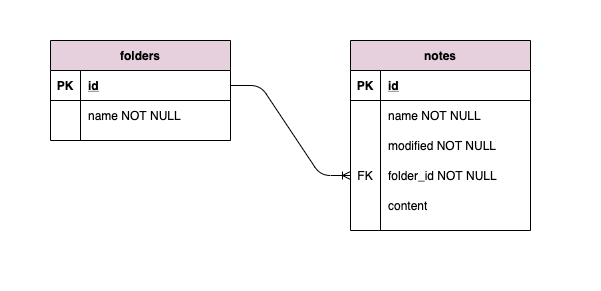
Earlier version of the draw.io export migrations/erd-noteful.png (artificialarea/noteful-api). Source tidied: cells renumbered, new cells last; positions are measured from the earlier drawing's top-left corner, leaving out a move shared by most shapes.
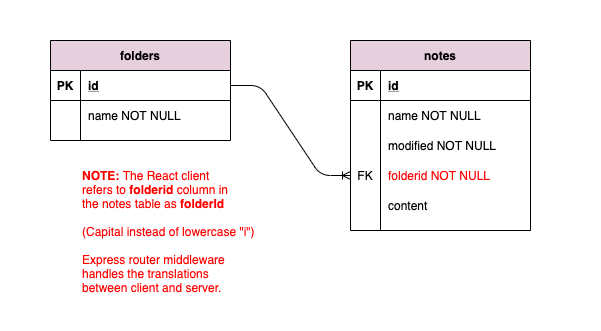
After the change.

Commit message:
adopted a different approach for handling 'folderId' (client) and 'folderid' (server) via serializing/sanitizing of note(s).

The edit, as a diff of the source:
```diff
@@ -3,7 +3,7 @@
     <mxCell id="0" />
     <mxCell id="1" parent="0" />
     <mxCell id="2" style="rounded=0;whiteSpace=wrap;html=1;fillColor=#FFFFFF;strokeColor=none;" parent="1" vertex="1">
-      <mxGeometry width="600" height="290" as="geometry" />
+      <mxGeometry width="600" height="330" as="geometry" />
     </mxCell>
     <mxCell id="3" value="folders" style="shape=table;startSize=30;rowLines=0;fontStyle=1;align=center;fillColor=#E6D0DE;" parent="1" vertex="1">
       <mxGeometry x="50" y="40" width="180" height="100" as="geometry" />
@@ -65,7 +65,7 @@
     <mxCell id="22" value="FK" style="shape=partialRectangle;fillColor=none;top=0;left=0;bottom=0;right=0;overflow=hidden;" parent="21" vertex="1">
       <mxGeometry width="30" height="30" as="geometry" />
     </mxCell>
-    <mxCell id="23" value="folder_id NOT NULL" style="shape=partialRectangle;fillColor=none;top=0;left=0;bottom=0;right=0;align=left;spacingLeft=6;overflow=hidden;" parent="21" vertex="1">
+    <mxCell id="23" value="folderid NOT NULL" style="shape=partialRectangle;fillColor=none;top=0;left=0;bottom=0;right=0;align=left;spacingLeft=6;overflow=hidden;fontColor=#FF0000;fontStyle=0;" parent="21" vertex="1">
       <mxGeometry x="30" width="150" height="30" as="geometry" />
     </mxCell>
     <mxCell id="24" style="shape=partialRectangle;fillColor=none;top=0;left=0;bottom=0;right=0;" parent="11" vertex="1">
@@ -77,5 +77,8 @@
     <mxCell id="26" value="content" style="shape=partialRectangle;fillColor=none;top=0;left=0;bottom=0;right=0;align=left;spacingLeft=6;overflow=hidden;" parent="24" vertex="1">
       <mxGeometry x="30" width="150" height="30" as="geometry" />
     </mxCell>
+    <mxCell id="27" value="&lt;b&gt;NOTE: &lt;/b&gt;The React client &lt;br&gt;refers to &lt;b&gt;folderid&lt;/b&gt; column in &lt;br&gt;the notes table as&lt;b&gt;&amp;nbsp;folderId&amp;nbsp;&lt;br&gt;&lt;/b&gt;&lt;br&gt;(Capital instead of lowercase &quot;i&quot;)&lt;br&gt;&lt;br&gt;&lt;div&gt;Express router middleware&amp;nbsp;&lt;/div&gt;&lt;div&gt;handles the translations&amp;nbsp;&lt;/div&gt;&lt;div&gt;between client and server.&lt;/div&gt;" style="text;html=1;align=left;verticalAlign=top;fillColor=none;strokeColor=none;rounded=0;fontColor=#FF0000;" parent="1" vertex="1">
+      <mxGeometry x="80" y="162" width="190" height="130" as="geometry" />
+    </mxCell>
   </root>
 </mxGraphModel>
```
